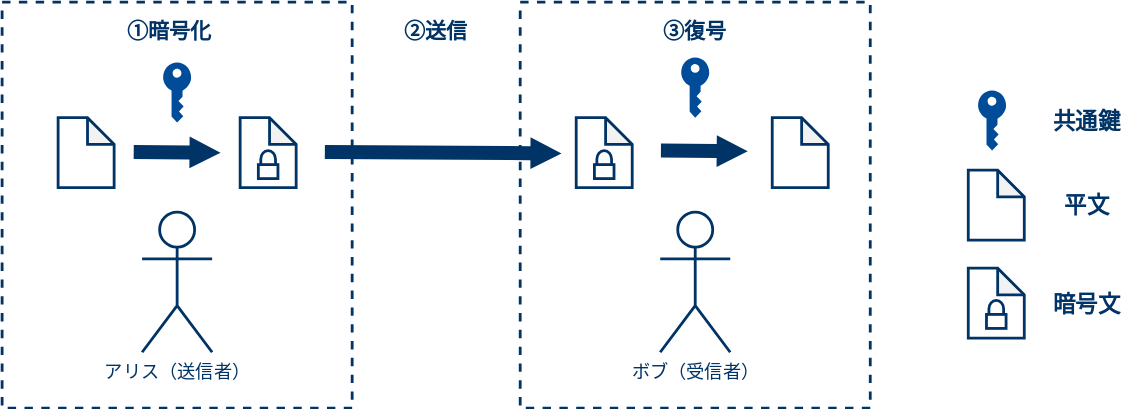
The draw.io diagram img/2-comkey.svg in akakou-doc/pubkey-crypto, before a commit. Source tidied: cells renumbered, new cells last; positions are measured from the earlier drawing's top-left corner, leaving out a move shared by most shapes. The source it was exported from:
```xml
<mxGraphModel>
  <root>
    <mxCell id="0" />
    <mxCell id="1" parent="0" />
    <mxCell id="2" style="rounded=0;whiteSpace=wrap;html=1;dashed=1;strokeColor=#003366;strokeWidth=2;fillColor=#ffffff;" parent="1" vertex="1">
      <mxGeometry x="370" width="250" height="290" as="geometry" />
    </mxCell>
    <mxCell id="3" style="rounded=0;whiteSpace=wrap;html=1;dashed=1;strokeColor=#003366;strokeWidth=2;fillColor=#ffffff;" parent="1" vertex="1">
      <mxGeometry width="250" height="290" as="geometry" />
    </mxCell>
    <mxCell id="4" value="&lt;font color=&quot;#003366&quot; style=&quot;font-size: 13px&quot;&gt;アリス（送信者）&lt;/font&gt;" style="shape=umlActor;verticalLabelPosition=bottom;labelBackgroundColor=#ffffff;verticalAlign=top;html=1;strokeColor=#003366;strokeWidth=2;" parent="1" vertex="1">
      <mxGeometry x="100" y="150" width="50" height="100" as="geometry" />
    </mxCell>
    <mxCell id="5" value="&lt;font color=&quot;#003366&quot; style=&quot;font-size: 13px&quot;&gt;ボブ（受信者）&lt;/font&gt;" style="shape=umlActor;verticalLabelPosition=bottom;labelBackgroundColor=#ffffff;verticalAlign=top;html=1;strokeColor=#003366;strokeWidth=2;" parent="1" vertex="1">
      <mxGeometry x="470" y="150" width="50" height="100" as="geometry" />
    </mxCell>
    <mxCell id="6" style="shape=flexArrow;endArrow=classic;html=1;endWidth=11.666666666666668;endSize=7.0583333333333345;fillColor=#003366;strokeColor=none;" parent="1" edge="1">
      <mxGeometry relative="1" as="geometry">
        <mxPoint x="230" y="107" as="sourcePoint" />
        <mxPoint x="400" y="108" as="targetPoint" />
      </mxGeometry>
    </mxCell>
    <mxCell id="7" value="&lt;font color=&quot;#003366&quot;&gt;&lt;br&gt;&lt;br&gt;&lt;/font&gt;" style="shape=note;whiteSpace=wrap;html=1;backgroundOutline=1;darkOpacity=0.05;size=19;gradientColor=none;fillColor=#FFFFFF;strokeColor=#003366;strokeWidth=2;" parent="1" vertex="1">
      <mxGeometry x="170" y="82.5" width="40" height="50" as="geometry" />
    </mxCell>
    <mxCell id="8" style="shadow=0;dashed=0;html=1;strokeColor=none;labelPosition=center;verticalLabelPosition=bottom;verticalAlign=top;align=center;shape=mxgraph.office.security.key_permissions;fillColor=#004C99;" parent="1" vertex="1">
      <mxGeometry x="115" y="43" width="20" height="43" as="geometry" />
    </mxCell>
    <mxCell id="9" style="shadow=0;dashed=0;html=1;strokeColor=none;labelPosition=center;verticalLabelPosition=bottom;verticalAlign=top;align=center;shape=mxgraph.office.security.key_permissions;fillColor=#004C99;" parent="1" vertex="1">
      <mxGeometry x="485" y="39.5" width="20" height="43" as="geometry" />
    </mxCell>
    <mxCell id="10" value="&lt;font color=&quot;#003366&quot;&gt;&lt;br&gt;&lt;br&gt;&lt;/font&gt;" style="shape=note;whiteSpace=wrap;html=1;backgroundOutline=1;darkOpacity=0.05;size=19;gradientColor=none;fillColor=#FFFFFF;strokeColor=#003366;strokeWidth=2;" parent="1" vertex="1">
      <mxGeometry x="40" y="82.5" width="40" height="50" as="geometry" />
    </mxCell>
    <mxCell id="11" value="&lt;font color=&quot;#003366&quot;&gt;&lt;br&gt;&lt;br&gt;&lt;/font&gt;" style="shape=note;whiteSpace=wrap;html=1;backgroundOutline=1;darkOpacity=0.05;size=19;gradientColor=none;fillColor=#FFFFFF;strokeColor=#003366;strokeWidth=2;" parent="1" vertex="1">
      <mxGeometry x="550" y="82.5" width="40" height="50" as="geometry" />
    </mxCell>
    <mxCell id="12" value="&lt;font color=&quot;#003366&quot;&gt;&lt;br&gt;&lt;br&gt;&lt;/font&gt;" style="shape=note;whiteSpace=wrap;html=1;backgroundOutline=1;darkOpacity=0.05;size=19;gradientColor=none;fillColor=#FFFFFF;strokeColor=#003366;strokeWidth=2;" parent="1" vertex="1">
      <mxGeometry x="410" y="82.5" width="40" height="50" as="geometry" />
    </mxCell>
    <mxCell id="13" style="shape=flexArrow;endArrow=classic;html=1;endWidth=11.666666666666668;endSize=7.0583333333333345;fillColor=#003366;strokeColor=none;" parent="1" edge="1">
      <mxGeometry relative="1" as="geometry">
        <mxPoint x="93.5" y="107" as="sourcePoint" />
        <mxPoint x="156.5" y="107.5" as="targetPoint" />
      </mxGeometry>
    </mxCell>
    <mxCell id="14" style="shape=flexArrow;endArrow=classic;html=1;endWidth=11.666666666666668;endSize=7.0583333333333345;fillColor=#003366;strokeColor=none;" parent="1" edge="1">
      <mxGeometry relative="1" as="geometry">
        <mxPoint x="470" y="106" as="sourcePoint" />
        <mxPoint x="533" y="106.5" as="targetPoint" />
      </mxGeometry>
    </mxCell>
    <mxCell id="15" style="html=1;verticalLabelPosition=bottom;align=center;labelBackgroundColor=#ffffff;verticalAlign=top;strokeWidth=2;strokeColor=#003366;shadow=0;dashed=0;shape=mxgraph.ios7.icons.locked;" parent="1" vertex="1">
      <mxGeometry x="183" y="106" width="14" height="20" as="geometry" />
    </mxCell>
    <mxCell id="16" style="html=1;verticalLabelPosition=bottom;align=center;labelBackgroundColor=#ffffff;verticalAlign=top;strokeWidth=2;strokeColor=#003366;shadow=0;dashed=0;shape=mxgraph.ios7.icons.locked;" parent="1" vertex="1">
      <mxGeometry x="423" y="106" width="14" height="20" as="geometry" />
    </mxCell>
    <mxCell id="17" value="&lt;font style=&quot;font-size: 15px&quot; color=&quot;#003366&quot;&gt;&lt;b&gt;①暗号化&lt;/b&gt;&lt;/font&gt;" style="text;html=1;strokeColor=none;fillColor=none;align=center;verticalAlign=middle;whiteSpace=wrap;rounded=0;dashed=1;" parent="1" vertex="1">
      <mxGeometry x="40" y="10" width="160" height="20" as="geometry" />
    </mxCell>
    <mxCell id="18" value="&lt;font style=&quot;font-size: 15px&quot; color=&quot;#003366&quot;&gt;&lt;b&gt;②送信&lt;/b&gt;&lt;/font&gt;" style="text;html=1;strokeColor=none;fillColor=none;align=center;verticalAlign=middle;whiteSpace=wrap;rounded=0;dashed=1;" parent="1" vertex="1">
      <mxGeometry x="230" y="10" width="160" height="20" as="geometry" />
    </mxCell>
    <mxCell id="19" value="&lt;font style=&quot;font-size: 15px&quot; color=&quot;#003366&quot;&gt;&lt;b&gt;③復号&lt;/b&gt;&lt;/font&gt;" style="text;html=1;strokeColor=none;fillColor=none;align=center;verticalAlign=middle;whiteSpace=wrap;rounded=0;dashed=1;" parent="1" vertex="1">
      <mxGeometry x="415" y="10" width="160" height="20" as="geometry" />
    </mxCell>
    <mxCell id="20" value="&lt;font color=&quot;#003366&quot;&gt;&lt;br&gt;&lt;br&gt;&lt;/font&gt;" style="shape=note;whiteSpace=wrap;html=1;backgroundOutline=1;darkOpacity=0.05;size=19;gradientColor=none;fillColor=#FFFFFF;strokeColor=#003366;strokeWidth=2;" parent="1" vertex="1">
      <mxGeometry x="690" y="120" width="40" height="50" as="geometry" />
    </mxCell>
    <mxCell id="21" value="&lt;font color=&quot;#003366&quot;&gt;&lt;br&gt;&lt;br&gt;&lt;/font&gt;" style="shape=note;whiteSpace=wrap;html=1;backgroundOutline=1;darkOpacity=0.05;size=19;gradientColor=none;fillColor=#FFFFFF;strokeColor=#003366;strokeWidth=2;" parent="1" vertex="1">
      <mxGeometry x="690" y="190" width="40" height="50" as="geometry" />
    </mxCell>
    <mxCell id="22" style="html=1;verticalLabelPosition=bottom;align=center;labelBackgroundColor=#ffffff;verticalAlign=top;strokeWidth=2;strokeColor=#003366;shadow=0;dashed=0;shape=mxgraph.ios7.icons.locked;" parent="1" vertex="1">
      <mxGeometry x="703" y="213" width="14" height="20" as="geometry" />
    </mxCell>
    <mxCell id="23" style="shadow=0;dashed=0;html=1;strokeColor=none;labelPosition=center;verticalLabelPosition=bottom;verticalAlign=top;align=center;shape=mxgraph.office.security.key_permissions;fillColor=#004C99;" parent="1" vertex="1">
      <mxGeometry x="697" y="63" width="20" height="43" as="geometry" />
    </mxCell>
    <mxCell id="24" value="&lt;font style=&quot;font-size: 16px&quot; color=&quot;#003366&quot;&gt;&lt;b&gt;共通鍵&lt;/b&gt;&lt;/font&gt;" style="text;html=1;strokeColor=none;fillColor=none;align=center;verticalAlign=middle;whiteSpace=wrap;rounded=0;dashed=1;" parent="1" vertex="1">
      <mxGeometry x="740" y="67.5" width="70" height="34" as="geometry" />
    </mxCell>
    <mxCell id="25" value="&lt;font color=&quot;#003366&quot;&gt;&lt;span style=&quot;font-size: 16px&quot;&gt;&lt;b&gt;平文&lt;/b&gt;&lt;/span&gt;&lt;/font&gt;" style="text;html=1;strokeColor=none;fillColor=none;align=center;verticalAlign=middle;whiteSpace=wrap;rounded=0;dashed=1;" parent="1" vertex="1">
      <mxGeometry x="740" y="128" width="70" height="34" as="geometry" />
    </mxCell>
    <mxCell id="26" value="&lt;font color=&quot;#003366&quot;&gt;&lt;span style=&quot;font-size: 16px&quot;&gt;&lt;b&gt;暗号文&lt;/b&gt;&lt;/span&gt;&lt;/font&gt;" style="text;html=1;strokeColor=none;fillColor=none;align=center;verticalAlign=middle;whiteSpace=wrap;rounded=0;dashed=1;" parent="1" vertex="1">
      <mxGeometry x="740" y="199" width="70" height="34" as="geometry" />
    </mxCell>
  </root>
</mxGraphModel>
```
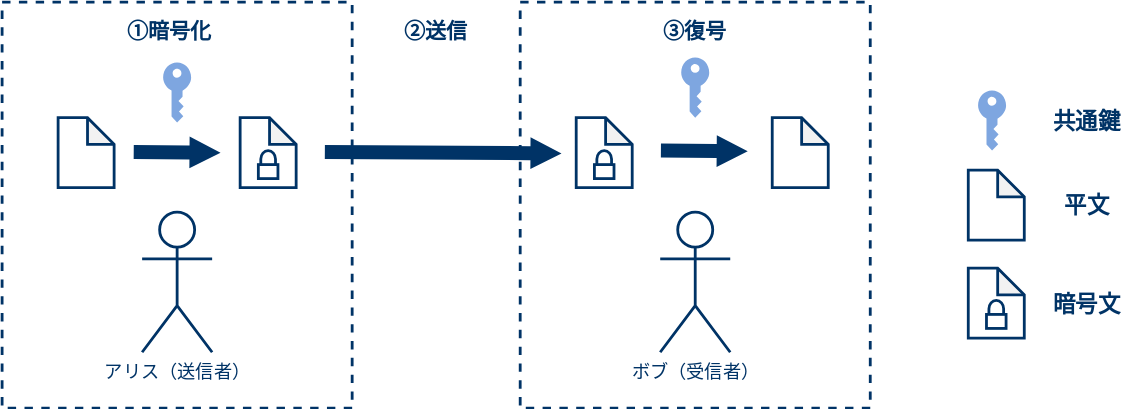
After the change.

Change to the diagram source:
```diff
@@ -23,10 +23,10 @@
     <mxCell id="7" value="&lt;font color=&quot;#003366&quot;&gt;&lt;br&gt;&lt;br&gt;&lt;/font&gt;" style="shape=note;whiteSpace=wrap;html=1;backgroundOutline=1;darkOpacity=0.05;size=19;gradientColor=none;fillColor=#FFFFFF;strokeColor=#003366;strokeWidth=2;" parent="1" vertex="1">
       <mxGeometry x="170" y="82.5" width="40" height="50" as="geometry" />
     </mxCell>
-    <mxCell id="8" style="shadow=0;dashed=0;html=1;strokeColor=none;labelPosition=center;verticalLabelPosition=bottom;verticalAlign=top;align=center;shape=mxgraph.office.security.key_permissions;fillColor=#004C99;" parent="1" vertex="1">
+    <mxCell id="8" style="shadow=0;dashed=0;html=1;strokeColor=none;labelPosition=center;verticalLabelPosition=bottom;verticalAlign=top;align=center;shape=mxgraph.office.security.key_permissions;fillColor=#7EA6E0;" parent="1" vertex="1">
       <mxGeometry x="115" y="43" width="20" height="43" as="geometry" />
     </mxCell>
-    <mxCell id="9" style="shadow=0;dashed=0;html=1;strokeColor=none;labelPosition=center;verticalLabelPosition=bottom;verticalAlign=top;align=center;shape=mxgraph.office.security.key_permissions;fillColor=#004C99;" parent="1" vertex="1">
+    <mxCell id="9" style="shadow=0;dashed=0;html=1;strokeColor=none;labelPosition=center;verticalLabelPosition=bottom;verticalAlign=top;align=center;shape=mxgraph.office.security.key_permissions;fillColor=#7EA6E0;" parent="1" vertex="1">
       <mxGeometry x="485" y="39.5" width="20" height="43" as="geometry" />
     </mxCell>
     <mxCell id="10" value="&lt;font color=&quot;#003366&quot;&gt;&lt;br&gt;&lt;br&gt;&lt;/font&gt;" style="shape=note;whiteSpace=wrap;html=1;backgroundOutline=1;darkOpacity=0.05;size=19;gradientColor=none;fillColor=#FFFFFF;strokeColor=#003366;strokeWidth=2;" parent="1" vertex="1">
@@ -74,7 +74,7 @@
     <mxCell id="22" style="html=1;verticalLabelPosition=bottom;align=center;labelBackgroundColor=#ffffff;verticalAlign=top;strokeWidth=2;strokeColor=#003366;shadow=0;dashed=0;shape=mxgraph.ios7.icons.locked;" parent="1" vertex="1">
       <mxGeometry x="703" y="213" width="14" height="20" as="geometry" />
     </mxCell>
-    <mxCell id="23" style="shadow=0;dashed=0;html=1;strokeColor=none;labelPosition=center;verticalLabelPosition=bottom;verticalAlign=top;align=center;shape=mxgraph.office.security.key_permissions;fillColor=#004C99;" parent="1" vertex="1">
+    <mxCell id="23" style="shadow=0;dashed=0;html=1;strokeColor=none;labelPosition=center;verticalLabelPosition=bottom;verticalAlign=top;align=center;shape=mxgraph.office.security.key_permissions;fillColor=#7EA6E0;" parent="1" vertex="1">
       <mxGeometry x="697" y="63" width="20" height="43" as="geometry" />
     </mxCell>
     <mxCell id="24" value="&lt;font style=&quot;font-size: 16px&quot; color=&quot;#003366&quot;&gt;&lt;b&gt;共通鍵&lt;/b&gt;&lt;/font&gt;" style="text;html=1;strokeColor=none;fillColor=none;align=center;verticalAlign=middle;whiteSpace=wrap;rounded=0;dashed=1;" parent="1" vertex="1">
```
